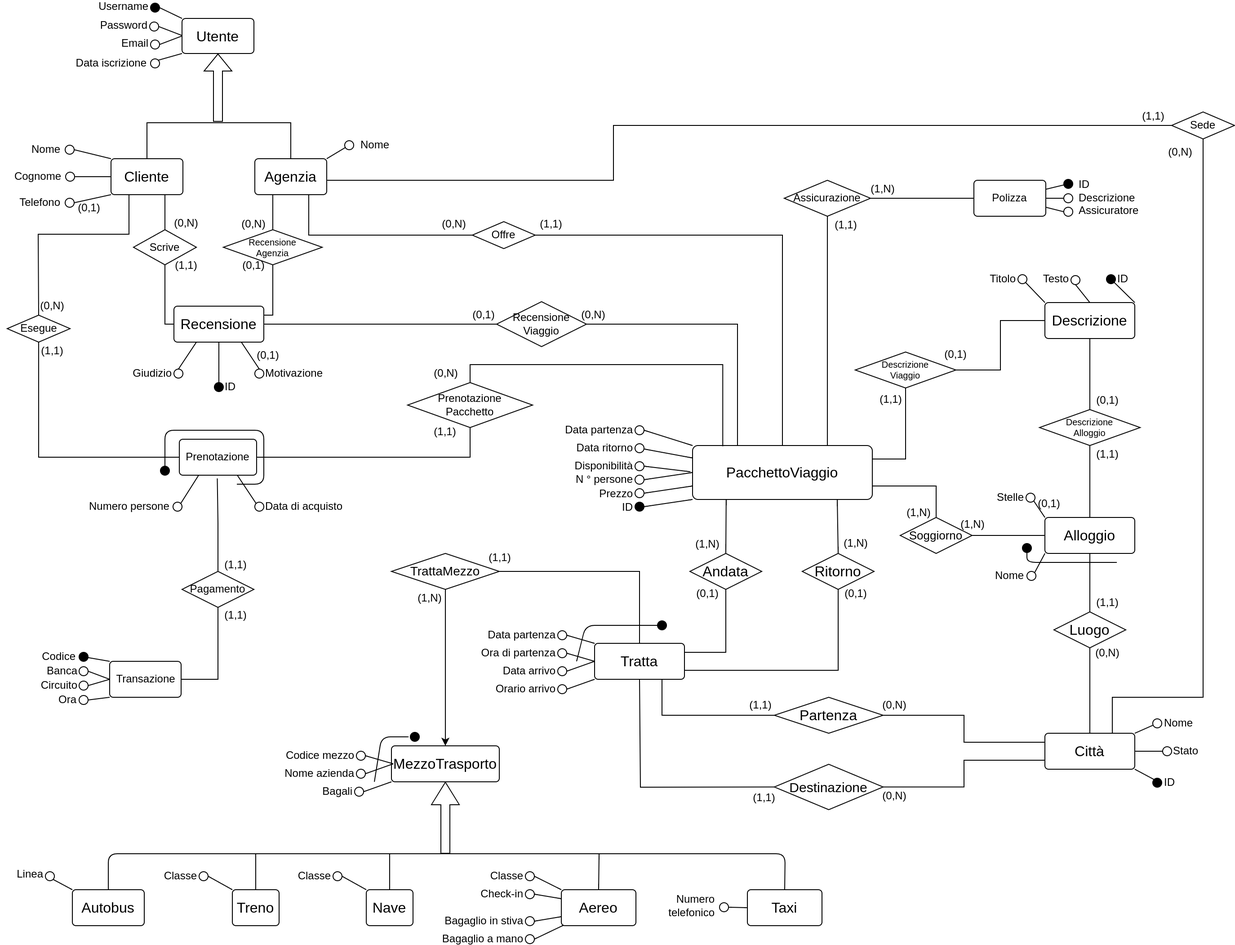
Above: relazione/assets/ER_concettuale.png in bustre/Easy-travel (draw.io), before the change. Source tidied: cells renumbered, new cells last; positions are measured from the earlier drawing's top-left corner, leaving out a move shared by most shapes.
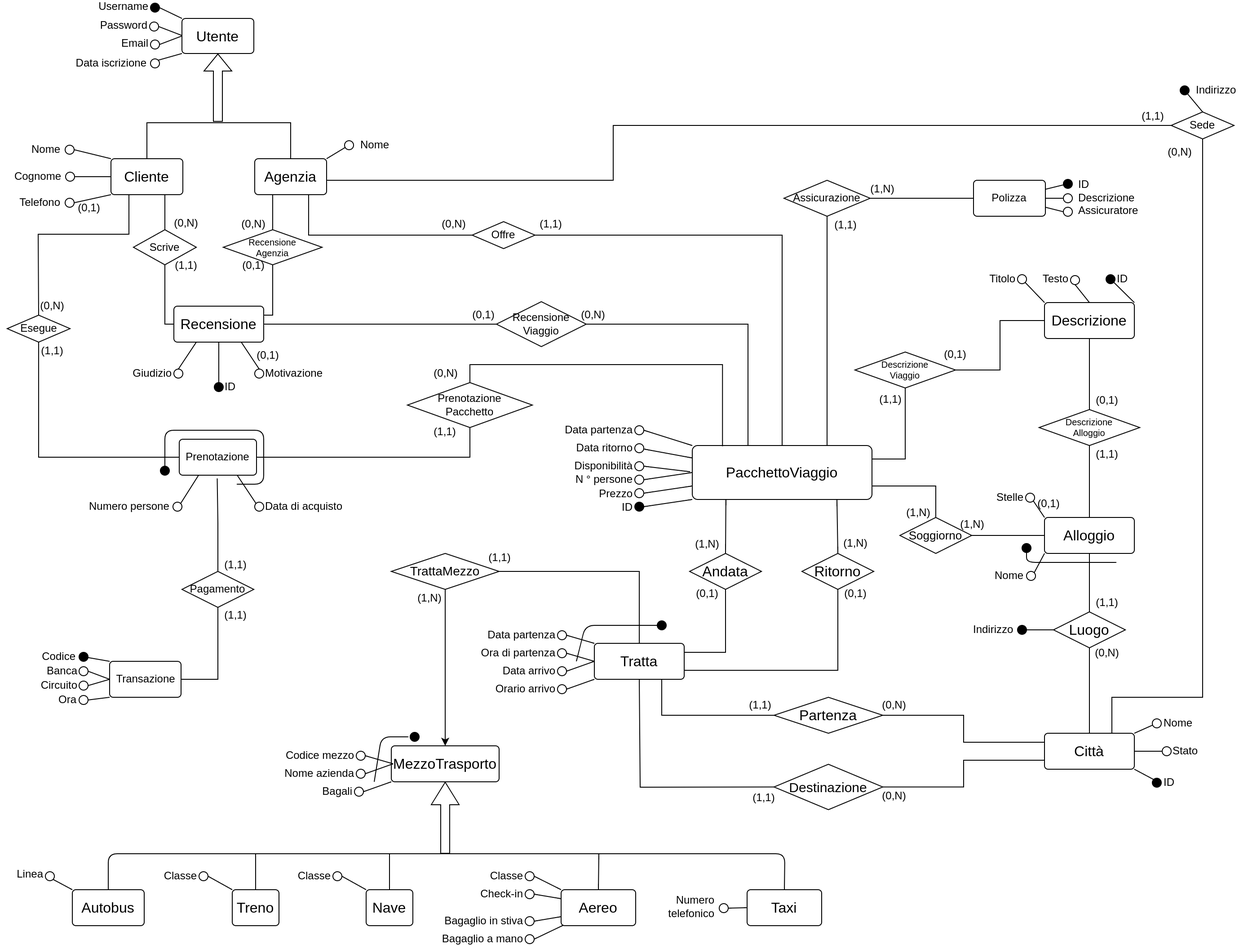
After the change.

Commit message:
Correzione errori & aggiornato l'ER

The edit, as a diff of the source:
```diff
@@ -311,8 +311,8 @@
     </mxCell>
     <mxCell id="96" style="edgeStyle=none;curved=1;rounded=0;orthogonalLoop=1;jettySize=auto;html=1;fontSize=12;startSize=8;endSize=8;" parent="1" edge="1">
       <mxGeometry relative="1" as="geometry">
-        <mxPoint x="779.5" y="982" as="sourcePoint" />
-        <mxPoint x="779.5" y="982" as="targetPoint" />
+        <mxPoint x="779.5" y="983" as="sourcePoint" />
+        <mxPoint x="779.5" y="983" as="targetPoint" />
       </mxGeometry>
     </mxCell>
     <mxCell id="97" style="ellipse;whiteSpace=wrap;html=1;fontSize=16;" parent="1" vertex="1">
@@ -325,10 +325,10 @@
       <mxGeometry relative="1" as="geometry" />
     </mxCell>
     <mxCell id="100" style="ellipse;whiteSpace=wrap;html=1;fontSize=16;" parent="1" vertex="1">
-      <mxGeometry x="800" y="1001.5" width="10" height="10" as="geometry" />
+      <mxGeometry x="800" y="1002.5" width="10" height="10" as="geometry" />
     </mxCell>
     <mxCell id="101" value="Numero&lt;br style=&quot;font-size: 12px;&quot;&gt;telefonico" style="text;html=1;strokeColor=none;fillColor=none;align=right;verticalAlign=middle;whiteSpace=wrap;rounded=0;fontSize=12;" parent="1" vertex="1">
-      <mxGeometry x="727" y="982" width="69.5" height="45" as="geometry" />
+      <mxGeometry x="727" y="983" width="69.5" height="45" as="geometry" />
     </mxCell>
     <mxCell id="102" style="endArrow=none;html=1;rounded=0;fontSize=12;startSize=8;endSize=8;curved=1;entryX=0;entryY=0.5;entryDx=0;entryDy=0;exitX=1;exitY=0.5;exitDx=0;exitDy=0;" parent="1" edge="1" source="100" target="65">
       <mxGeometry relative="1" as="geometry" />
@@ -652,7 +652,12 @@
       <mxGeometry x="178" y="516" width="10" height="10" as="geometry" />
     </mxCell>
     <mxCell id="189" style="edgeStyle=orthogonalEdgeStyle;rounded=0;jettySize=auto;html=1;exitX=1;exitY=0.5;exitDx=0;exitDy=0;entryX=0.25;entryY=0;entryDx=0;entryDy=0;endArrow=none;endFill=0;" parent="1" edge="1" source="190" target="5">
-      <mxGeometry relative="1" as="geometry" />
+      <mxGeometry relative="1" as="geometry">
+        <Array as="points">
+          <mxPoint x="832" y="358" />
+          <mxPoint x="832" y="493" />
+        </Array>
+      </mxGeometry>
     </mxCell>
     <mxCell id="190" value="Recensione&lt;br&gt;Viaggio" style="shape=rhombus;perimeter=rhombusPerimeter;whiteSpace=wrap;html=1;align=center;" parent="1" vertex="1">
       <mxGeometry x="552" y="333" width="100" height="50" as="geometry" />
@@ -954,5 +959,23 @@
     <mxCell id="285" value="ID" style="text;html=1;strokeColor=none;fillColor=none;align=left;verticalAlign=middle;whiteSpace=wrap;rounded=0;" parent="1" vertex="1">
       <mxGeometry x="248" y="423" width="60" height="10" as="geometry" />
     </mxCell>
+    <mxCell id="286" style="endArrow=none;html=1;rounded=0;exitX=0.5;exitY=0;exitDx=0;exitDy=0;" parent="1" edge="1" source="213" target="287">
+      <mxGeometry relative="1" as="geometry" />
+    </mxCell>
+    <mxCell id="287" style="ellipse;whiteSpace=wrap;html=1;fillColor=#000000;" parent="1" vertex="1">
+      <mxGeometry x="1313" y="93" width="10" height="10" as="geometry" />
+    </mxCell>
+    <mxCell id="288" value="Indirizzo" style="text;html=1;strokeColor=none;fillColor=none;align=left;verticalAlign=middle;whiteSpace=wrap;rounded=0;" parent="1" vertex="1">
+      <mxGeometry x="1329" y="90" width="60" height="16" as="geometry" />
+    </mxCell>
+    <mxCell id="289" style="ellipse;whiteSpace=wrap;html=1;fillColor=#000000;" parent="1" vertex="1">
+      <mxGeometry x="1132" y="693" width="10" height="10" as="geometry" />
+    </mxCell>
+    <mxCell id="290" value="Indirizzo" style="text;html=1;strokeColor=none;fillColor=none;align=left;verticalAlign=middle;whiteSpace=wrap;rounded=0;" parent="1" vertex="1">
+      <mxGeometry x="1081" y="690" width="60" height="16" as="geometry" />
+    </mxCell>
+    <mxCell id="291" style="endArrow=none;html=1;rounded=0;exitX=1;exitY=0.5;exitDx=0;exitDy=0;entryX=0;entryY=0.5;entryDx=0;entryDy=0;" parent="1" edge="1" source="290" target="129">
+      <mxGeometry relative="1" as="geometry" />
+    </mxCell>
   </root>
 </mxGraphModel>
```
